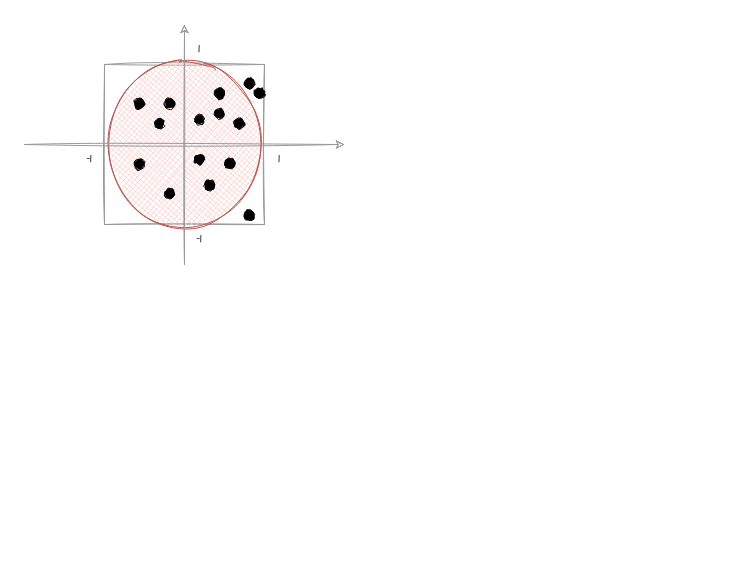
This is page "Monte-Carlo" (13 of 18) of assets/OS.drawio from braboj/tutorial-os, a draw.io file, before an edit. Source tidied: cells renumbered, new cells numbered last; positions are measured from the earlier drawing's top-left corner, leaving out a move shared by most shapes. Both pictures are drawn from the tidied source at 100%, with x=0, y=0 at pixel (24, 24).
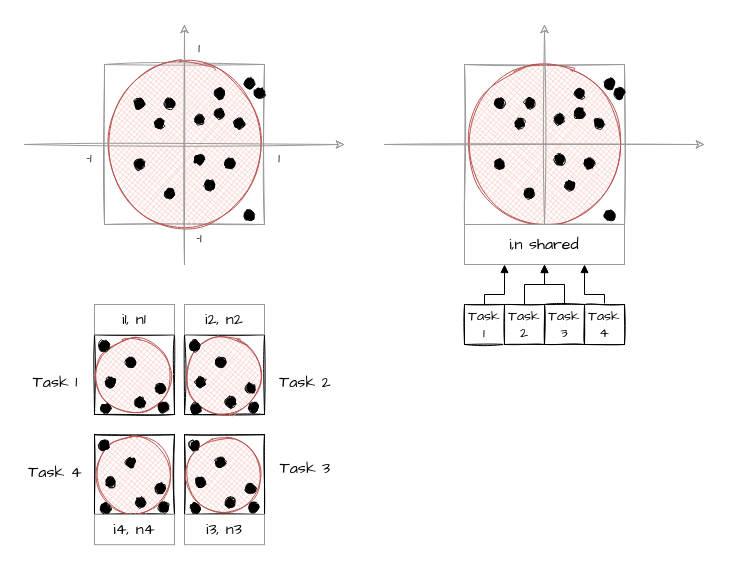
The same diagram, later.

Change to the diagram source:
```diff
@@
+    <mxCell id="25" style="rounded=0;whiteSpace=wrap;html=1;shadow=0;sketch=1;fillStyle=auto;fontFamily=Comic Sans MS;fontSize=14;strokeWidth=1;" parent="1" vertex="1">
+      <mxGeometry x="160" y="410.2" width="80" height="79.8" as="geometry" />
+    </mxCell>
+    <mxCell id="26" style="ellipse;whiteSpace=wrap;html=1;fillStyle=cross-hatch;fontFamily=Comic Sans MS;fontSize=16;strokeColor=#b85450;fillColor=#f8cecc;sketch=1;" parent="1" vertex="1">
+      <mxGeometry x="160" y="412" width="78" height="78" as="geometry" />
+    </mxCell>
+    <mxCell id="27" style="edgeStyle=elbowEdgeStyle;rounded=0;jettySize=auto;elbow=vertical;html=1;fontFamily=Comic Sans MS;fontSize=16;endArrow=block;endFill=1;strokeColor=#000000;strokeWidth=1;entryX=0.75;entryY=1;entryDx=0;entryDy=0;exitX=0.5;exitY=0;exitDx=0;exitDy=0;" parent="1" edge="1" source="28">
+      <mxGeometry relative="1" as="geometry">
+        <mxPoint x="560" y="240" as="targetPoint" />
+        <Array as="points">
+          <mxPoint x="600" y="270" />
+        </Array>
+      </mxGeometry>
+    </mxCell>
+    <mxCell id="28" value="Task 4" style="rounded=0;whiteSpace=wrap;html=1;shadow=0;sketch=1;fillStyle=auto;fontFamily=Comic Sans MS;fontSize=14;strokeWidth=1;" parent="1" vertex="1">
+      <mxGeometry x="560" y="280" width="40" height="40" as="geometry" />
+    </mxCell>
+    <mxCell id="29" style="edgeStyle=elbowEdgeStyle;rounded=0;jettySize=auto;elbow=vertical;html=1;entryX=0.5;entryY=1;entryDx=0;entryDy=0;fontFamily=Comic Sans MS;fontSize=16;endArrow=block;endFill=1;strokeColor=#000000;strokeWidth=1;exitX=0.5;exitY=0;exitDx=0;exitDy=0;" parent="1" edge="1" source="30">
+      <mxGeometry relative="1" as="geometry">
+        <mxPoint x="520" y="240" as="targetPoint" />
+        <Array as="points">
+          <mxPoint x="540" y="260" />
+        </Array>
+      </mxGeometry>
+    </mxCell>
+    <mxCell id="30" value="Task 3" style="rounded=0;whiteSpace=wrap;html=1;shadow=0;sketch=1;fillStyle=auto;fontFamily=Comic Sans MS;fontSize=14;strokeWidth=1;" parent="1" vertex="1">
+      <mxGeometry x="520" y="280" width="40" height="40" as="geometry" />
+    </mxCell>
+    <mxCell id="31" style="edgeStyle=elbowEdgeStyle;rounded=0;jettySize=auto;elbow=vertical;html=1;entryX=0.25;entryY=1;entryDx=0;entryDy=0;fontFamily=Comic Sans MS;fontSize=16;endArrow=block;endFill=1;strokeColor=#000000;strokeWidth=1;exitX=0.5;exitY=0;exitDx=0;exitDy=0;" parent="1" edge="1" source="32">
+      <mxGeometry relative="1" as="geometry">
+        <mxPoint x="480" y="240" as="targetPoint" />
+        <Array as="points">
+          <mxPoint x="440" y="270" />
+        </Array>
+      </mxGeometry>
+    </mxCell>
+    <mxCell id="32" value="Task 1" style="rounded=0;whiteSpace=wrap;html=1;shadow=0;sketch=1;fillStyle=auto;fontFamily=Comic Sans MS;fontSize=14;strokeWidth=1;" parent="1" vertex="1">
+      <mxGeometry x="440" y="280" width="40" height="40" as="geometry" />
+    </mxCell>
+    <mxCell id="33" style="rounded=0;whiteSpace=wrap;html=1;shadow=0;sketch=1;fillStyle=auto;fontFamily=Comic Sans MS;fontSize=14;fontColor=#000000;strokeColor=#999999;strokeWidth=1;fillColor=default;gradientColor=none;" parent="1" vertex="1">
+      <mxGeometry x="440" y="40" width="160" height="160" as="geometry" />
+    </mxCell>
@@
+    <mxCell id="34" style="ellipse;whiteSpace=wrap;html=1;shadow=0;sketch=1;fillStyle=cross-hatch;fontFamily=Comic Sans MS;fontSize=14;strokeColor=#b85450;strokeWidth=1;fillColor=#f8cecc;" parent="1" vertex="1">
+      <mxGeometry x="440" y="40" width="160" height="160" as="geometry" />
+    </mxCell>
+    <mxCell id="35" style="endArrow=classic;html=1;rounded=0;sketch=1;fontFamily=Comic Sans MS;fontSize=14;fontColor=#000000;strokeColor=#999999;" parent="1" edge="1">
+      <mxGeometry relative="1" as="geometry">
+        <mxPoint x="360" y="120" as="sourcePoint" />
+        <mxPoint x="680" y="120" as="targetPoint" />
+      </mxGeometry>
+    </mxCell>
+    <mxCell id="36" style="ellipse;whiteSpace=wrap;html=1;shadow=0;sketch=1;fillStyle=solid;fontFamily=Comic Sans MS;fontSize=14;fontColor=#000000;strokeColor=#000000;strokeWidth=1;fillColor=#000000;gradientColor=none;" parent="1" vertex="1">
+      <mxGeometry x="530" y="90" width="10" height="10" as="geometry" />
+    </mxCell>
+    <mxCell id="37" style="ellipse;whiteSpace=wrap;html=1;shadow=0;sketch=1;fillStyle=solid;fontFamily=Comic Sans MS;fontSize=14;fontColor=#000000;strokeColor=#000000;strokeWidth=1;fillColor=#000000;gradientColor=none;" parent="1" vertex="1">
+      <mxGeometry x="530" y="130" width="10" height="10" as="geometry" />
+    </mxCell>
+    <mxCell id="38" style="ellipse;whiteSpace=wrap;html=1;shadow=0;sketch=1;fillStyle=solid;fontFamily=Comic Sans MS;fontSize=14;fontColor=#000000;strokeColor=#000000;strokeWidth=1;fillColor=#000000;gradientColor=none;" parent="1" vertex="1">
+      <mxGeometry x="550" y="84" width="10" height="10" as="geometry" />
+    </mxCell>
+    <mxCell id="39" style="ellipse;whiteSpace=wrap;html=1;shadow=0;sketch=1;fillStyle=solid;fontFamily=Comic Sans MS;fontSize=14;fontColor=#000000;strokeColor=#000000;strokeWidth=1;fillColor=#000000;gradientColor=none;" parent="1" vertex="1">
+      <mxGeometry x="580" y="54" width="10" height="10" as="geometry" />
+    </mxCell>
+    <mxCell id="40" style="ellipse;whiteSpace=wrap;html=1;shadow=0;sketch=1;fillStyle=solid;fontFamily=Comic Sans MS;fontSize=14;fontColor=#000000;strokeColor=#000000;strokeWidth=1;fillColor=#000000;gradientColor=none;" parent="1" vertex="1">
+      <mxGeometry x="590" y="64" width="10" height="10" as="geometry" />
+    </mxCell>
+    <mxCell id="41" style="ellipse;whiteSpace=wrap;html=1;shadow=0;sketch=1;fillStyle=solid;fontFamily=Comic Sans MS;fontSize=14;fontColor=#000000;strokeColor=#000000;strokeWidth=1;fillColor=#000000;gradientColor=none;" parent="1" vertex="1">
+      <mxGeometry x="500" y="74" width="10" height="10" as="geometry" />
+    </mxCell>
+    <mxCell id="42" style="ellipse;whiteSpace=wrap;html=1;shadow=0;sketch=1;fillStyle=solid;fontFamily=Comic Sans MS;fontSize=14;fontColor=#000000;strokeColor=#000000;strokeWidth=1;fillColor=#000000;gradientColor=none;" parent="1" vertex="1">
+      <mxGeometry x="490" y="94" width="10" height="10" as="geometry" />
+    </mxCell>
+    <mxCell id="43" style="ellipse;whiteSpace=wrap;html=1;shadow=0;sketch=1;fillStyle=solid;fontFamily=Comic Sans MS;fontSize=14;fontColor=#000000;strokeColor=#000000;strokeWidth=1;fillColor=#000000;gradientColor=none;" parent="1" vertex="1">
+      <mxGeometry x="470" y="135" width="10" height="10" as="geometry" />
+    </mxCell>
+    <mxCell id="44" style="ellipse;whiteSpace=wrap;html=1;shadow=0;sketch=1;fillStyle=solid;fontFamily=Comic Sans MS;fontSize=14;fontColor=#000000;strokeColor=#000000;strokeWidth=1;fillColor=#000000;gradientColor=none;" parent="1" vertex="1">
+      <mxGeometry x="540" y="156" width="10" height="10" as="geometry" />
+    </mxCell>
+    <mxCell id="45" style="ellipse;whiteSpace=wrap;html=1;shadow=0;sketch=1;fillStyle=solid;fontFamily=Comic Sans MS;fontSize=14;fontColor=#000000;strokeColor=#000000;strokeWidth=1;fillColor=#000000;gradientColor=none;" parent="1" vertex="1">
+      <mxGeometry x="580" y="186" width="10" height="10" as="geometry" />
+    </mxCell>
+    <mxCell id="46" style="ellipse;whiteSpace=wrap;html=1;shadow=0;sketch=1;fillStyle=solid;fontFamily=Comic Sans MS;fontSize=14;fontColor=#000000;strokeColor=#000000;strokeWidth=1;fillColor=#000000;gradientColor=none;" parent="1" vertex="1">
+      <mxGeometry x="500" y="164" width="10" height="10" as="geometry" />
+    </mxCell>
+    <mxCell id="47" style="ellipse;whiteSpace=wrap;html=1;shadow=0;sketch=1;fillStyle=solid;fontFamily=Comic Sans MS;fontSize=14;fontColor=#000000;strokeColor=#000000;strokeWidth=1;fillColor=#000000;gradientColor=none;" parent="1" vertex="1">
+      <mxGeometry x="550" y="64" width="10" height="10" as="geometry" />
+    </mxCell>
+    <mxCell id="48" style="ellipse;whiteSpace=wrap;html=1;shadow=0;sketch=1;fillStyle=solid;fontFamily=Comic Sans MS;fontSize=14;fontColor=#000000;strokeColor=#000000;strokeWidth=1;fillColor=#000000;gradientColor=none;" parent="1" vertex="1">
+      <mxGeometry x="560" y="134" width="10" height="10" as="geometry" />
+    </mxCell>
+    <mxCell id="49" style="ellipse;whiteSpace=wrap;html=1;shadow=0;sketch=1;fillStyle=solid;fontFamily=Comic Sans MS;fontSize=14;fontColor=#000000;strokeColor=#000000;strokeWidth=1;fillColor=#000000;gradientColor=none;" parent="1" vertex="1">
+      <mxGeometry x="570" y="94" width="10" height="10" as="geometry" />
+    </mxCell>
+    <mxCell id="50" style="ellipse;whiteSpace=wrap;html=1;shadow=0;sketch=1;fillStyle=solid;fontFamily=Comic Sans MS;fontSize=14;fontColor=#000000;strokeColor=#000000;strokeWidth=1;fillColor=#000000;gradientColor=none;" parent="1" vertex="1">
+      <mxGeometry x="470" y="74" width="10" height="10" as="geometry" />
+    </mxCell>
+    <mxCell id="51" style="edgeStyle=elbowEdgeStyle;rounded=0;jettySize=auto;elbow=vertical;html=1;fontFamily=Comic Sans MS;fontSize=16;endArrow=block;endFill=1;strokeColor=#000000;strokeWidth=1;exitX=0.5;exitY=0;exitDx=0;exitDy=0;" parent="1" edge="1" source="52">
+      <mxGeometry relative="1" as="geometry">
+        <mxPoint x="520" y="240" as="targetPoint" />
+        <Array as="points">
+          <mxPoint x="510" y="260" />
+          <mxPoint x="510" y="280" />
+        </Array>
+      </mxGeometry>
+    </mxCell>
+    <mxCell id="52" value="Task 2" style="rounded=0;whiteSpace=wrap;html=1;shadow=0;sketch=1;fillStyle=auto;fontFamily=Comic Sans MS;fontSize=14;strokeWidth=1;" parent="1" vertex="1">
+      <mxGeometry x="480" y="280" width="40" height="40" as="geometry" />
+    </mxCell>
+    <mxCell id="53" style="endArrow=classic;html=1;rounded=0;sketch=1;fontFamily=Comic Sans MS;fontSize=14;fontColor=#000000;strokeColor=#999999;" parent="1" edge="1">
+      <mxGeometry relative="1" as="geometry">
+        <mxPoint x="520" y="200" as="sourcePoint" />
+        <mxPoint x="520" as="targetPoint" />
+      </mxGeometry>
+    </mxCell>
+    <mxCell id="54" style="ellipse;whiteSpace=wrap;html=1;shadow=0;sketch=1;fillStyle=solid;fontFamily=Comic Sans MS;fontSize=14;fontColor=#000000;strokeColor=#000000;strokeWidth=1;fillColor=#000000;gradientColor=none;" parent="1" vertex="1">
+      <mxGeometry x="166" y="479" width="10" height="10" as="geometry" />
+    </mxCell>
+    <mxCell id="55" style="ellipse;whiteSpace=wrap;html=1;shadow=0;sketch=1;fillStyle=solid;fontFamily=Comic Sans MS;fontSize=14;fontColor=#000000;strokeColor=#000000;strokeWidth=1;fillColor=#000000;gradientColor=none;" parent="1" vertex="1">
+      <mxGeometry x="171" y="453" width="10" height="10" as="geometry" />
+    </mxCell>
+    <mxCell id="56" style="ellipse;whiteSpace=wrap;html=1;shadow=0;sketch=1;fillStyle=solid;fontFamily=Comic Sans MS;fontSize=14;fontColor=#000000;strokeColor=#000000;strokeWidth=1;fillColor=#000000;gradientColor=none;" parent="1" vertex="1">
+      <mxGeometry x="221" y="459" width="10" height="10" as="geometry" />
+    </mxCell>
+    <mxCell id="57" style="ellipse;whiteSpace=wrap;html=1;shadow=0;sketch=1;fillStyle=solid;fontFamily=Comic Sans MS;fontSize=14;fontColor=#000000;strokeColor=#000000;strokeWidth=1;fillColor=#000000;gradientColor=none;" parent="1" vertex="1">
+      <mxGeometry x="224" y="478" width="10" height="10" as="geometry" />
+    </mxCell>
+    <mxCell id="58" style="ellipse;whiteSpace=wrap;html=1;shadow=0;sketch=1;fillStyle=solid;fontFamily=Comic Sans MS;fontSize=14;fontColor=#000000;strokeColor=#000000;strokeWidth=1;fillColor=#000000;gradientColor=none;" parent="1" vertex="1">
+      <mxGeometry x="191" y="433" width="10" height="10" as="geometry" />
+    </mxCell>
+    <mxCell id="59" style="ellipse;whiteSpace=wrap;html=1;shadow=0;sketch=1;fillStyle=solid;fontFamily=Comic Sans MS;fontSize=14;fontColor=#000000;strokeColor=#000000;strokeWidth=1;fillColor=#000000;gradientColor=none;" parent="1" vertex="1">
+      <mxGeometry x="201" y="473" width="10" height="10" as="geometry" />
+    </mxCell>
+    <mxCell id="60" style="ellipse;whiteSpace=wrap;html=1;shadow=0;sketch=1;fillStyle=solid;fontFamily=Comic Sans MS;fontSize=14;fontColor=#000000;strokeColor=#000000;strokeWidth=1;fillColor=#000000;gradientColor=none;" parent="1" vertex="1">
+      <mxGeometry x="165" y="416" width="10" height="10" as="geometry" />
+    </mxCell>
+    <mxCell id="61" value="i,n shared" style="rounded=0;whiteSpace=wrap;html=1;fillStyle=solid;fontFamily=Comic Sans MS;fontSize=16;strokeColor=#999999;" parent="1" vertex="1">
+      <mxGeometry x="440" y="200" width="160" height="40" as="geometry" />
+    </mxCell>
+    <mxCell id="62" value="Task 3" style="text;html=1;strokeColor=none;fillColor=none;align=center;verticalAlign=middle;whiteSpace=wrap;rounded=0;fillStyle=solid;fontFamily=Comic Sans MS;fontSize=16;" parent="1" vertex="1">
+      <mxGeometry x="251" y="429" width="60" height="30" as="geometry" />
+    </mxCell>
+    <mxCell id="63" style="rounded=0;whiteSpace=wrap;html=1;shadow=0;sketch=1;fillStyle=auto;fontFamily=Comic Sans MS;fontSize=14;strokeWidth=1;" parent="1" vertex="1">
+      <mxGeometry x="160" y="310.2" width="80" height="79.8" as="geometry" />
+    </mxCell>
+    <mxCell id="64" style="ellipse;whiteSpace=wrap;html=1;fillStyle=cross-hatch;fontFamily=Comic Sans MS;fontSize=16;strokeColor=#b85450;fillColor=#f8cecc;sketch=1;" parent="1" vertex="1">
+      <mxGeometry x="160" y="312" width="78" height="78" as="geometry" />
+    </mxCell>
+    <mxCell id="65" style="ellipse;whiteSpace=wrap;html=1;shadow=0;sketch=1;fillStyle=solid;fontFamily=Comic Sans MS;fontSize=14;fontColor=#000000;strokeColor=#000000;strokeWidth=1;fillColor=#000000;gradientColor=none;" parent="1" vertex="1">
+      <mxGeometry x="166" y="379" width="10" height="10" as="geometry" />
+    </mxCell>
+    <mxCell id="66" style="ellipse;whiteSpace=wrap;html=1;shadow=0;sketch=1;fillStyle=solid;fontFamily=Comic Sans MS;fontSize=14;fontColor=#000000;strokeColor=#000000;strokeWidth=1;fillColor=#000000;gradientColor=none;" parent="1" vertex="1">
+      <mxGeometry x="171" y="353" width="10" height="10" as="geometry" />
+    </mxCell>
+    <mxCell id="67" style="ellipse;whiteSpace=wrap;html=1;shadow=0;sketch=1;fillStyle=solid;fontFamily=Comic Sans MS;fontSize=14;fontColor=#000000;strokeColor=#000000;strokeWidth=1;fillColor=#000000;gradientColor=none;" parent="1" vertex="1">
+      <mxGeometry x="221" y="359" width="10" height="10" as="geometry" />
+    </mxCell>
+    <mxCell id="68" style="ellipse;whiteSpace=wrap;html=1;shadow=0;sketch=1;fillStyle=solid;fontFamily=Comic Sans MS;fontSize=14;fontColor=#000000;strokeColor=#000000;strokeWidth=1;fillColor=#000000;gradientColor=none;" parent="1" vertex="1">
+      <mxGeometry x="224" y="378" width="10" height="10" as="geometry" />
+    </mxCell>
+    <mxCell id="69" style="ellipse;whiteSpace=wrap;html=1;shadow=0;sketch=1;fillStyle=solid;fontFamily=Comic Sans MS;fontSize=14;fontColor=#000000;strokeColor=#000000;strokeWidth=1;fillColor=#000000;gradientColor=none;" parent="1" vertex="1">
+      <mxGeometry x="191" y="333" width="10" height="10" as="geometry" />
+    </mxCell>
+    <mxCell id="70" style="ellipse;whiteSpace=wrap;html=1;shadow=0;sketch=1;fillStyle=solid;fontFamily=Comic Sans MS;fontSize=14;fontColor=#000000;strokeColor=#000000;strokeWidth=1;fillColor=#000000;gradientColor=none;" parent="1" vertex="1">
+      <mxGeometry x="201" y="373" width="10" height="10" as="geometry" />
+    </mxCell>
+    <mxCell id="71" style="ellipse;whiteSpace=wrap;html=1;shadow=0;sketch=1;fillStyle=solid;fontFamily=Comic Sans MS;fontSize=14;fontColor=#000000;strokeColor=#000000;strokeWidth=1;fillColor=#000000;gradientColor=none;" parent="1" vertex="1">
+      <mxGeometry x="165" y="316" width="10" height="10" as="geometry" />
+    </mxCell>
+    <mxCell id="72" style="rounded=0;whiteSpace=wrap;html=1;shadow=0;sketch=1;fillStyle=auto;fontFamily=Comic Sans MS;fontSize=14;strokeWidth=1;" parent="1" vertex="1">
+      <mxGeometry x="70" y="310.2" width="80" height="79.8" as="geometry" />
+    </mxCell>
+    <mxCell id="73" style="ellipse;whiteSpace=wrap;html=1;fillStyle=cross-hatch;fontFamily=Comic Sans MS;fontSize=16;strokeColor=#b85450;fillColor=#f8cecc;sketch=1;" parent="1" vertex="1">
+      <mxGeometry x="70" y="312" width="78" height="78" as="geometry" />
+    </mxCell>
+    <mxCell id="74" style="ellipse;whiteSpace=wrap;html=1;shadow=0;sketch=1;fillStyle=solid;fontFamily=Comic Sans MS;fontSize=14;fontColor=#000000;strokeColor=#000000;strokeWidth=1;fillColor=#000000;gradientColor=none;" parent="1" vertex="1">
+      <mxGeometry x="76" y="379" width="10" height="10" as="geometry" />
+    </mxCell>
+    <mxCell id="75" style="ellipse;whiteSpace=wrap;html=1;shadow=0;sketch=1;fillStyle=solid;fontFamily=Comic Sans MS;fontSize=14;fontColor=#000000;strokeColor=#000000;strokeWidth=1;fillColor=#000000;gradientColor=none;" parent="1" vertex="1">
+      <mxGeometry x="81" y="353" width="10" height="10" as="geometry" />
+    </mxCell>
+    <mxCell id="76" style="ellipse;whiteSpace=wrap;html=1;shadow=0;sketch=1;fillStyle=solid;fontFamily=Comic Sans MS;fontSize=14;fontColor=#000000;strokeColor=#000000;strokeWidth=1;fillColor=#000000;gradientColor=none;" parent="1" vertex="1">
+      <mxGeometry x="131" y="359" width="10" height="10" as="geometry" />
+    </mxCell>
+    <mxCell id="77" style="ellipse;whiteSpace=wrap;html=1;shadow=0;sketch=1;fillStyle=solid;fontFamily=Comic Sans MS;fontSize=14;fontColor=#000000;strokeColor=#000000;strokeWidth=1;fillColor=#000000;gradientColor=none;" parent="1" vertex="1">
+      <mxGeometry x="134" y="378" width="10" height="10" as="geometry" />
+    </mxCell>
+    <mxCell id="78" style="ellipse;whiteSpace=wrap;html=1;shadow=0;sketch=1;fillStyle=solid;fontFamily=Comic Sans MS;fontSize=14;fontColor=#000000;strokeColor=#000000;strokeWidth=1;fillColor=#000000;gradientColor=none;" parent="1" vertex="1">
+      <mxGeometry x="101" y="333" width="10" height="10" as="geometry" />
+    </mxCell>
+    <mxCell id="79" style="ellipse;whiteSpace=wrap;html=1;shadow=0;sketch=1;fillStyle=solid;fontFamily=Comic Sans MS;fontSize=14;fontColor=#000000;strokeColor=#000000;strokeWidth=1;fillColor=#000000;gradientColor=none;" parent="1" vertex="1">
+      <mxGeometry x="111" y="373" width="10" height="10" as="geometry" />
+    </mxCell>
+    <mxCell id="80" style="ellipse;whiteSpace=wrap;html=1;shadow=0;sketch=1;fillStyle=solid;fontFamily=Comic Sans MS;fontSize=14;fontColor=#000000;strokeColor=#000000;strokeWidth=1;fillColor=#000000;gradientColor=none;" parent="1" vertex="1">
+      <mxGeometry x="75" y="316" width="10" height="10" as="geometry" />
+    </mxCell>
+    <mxCell id="81" style="rounded=0;whiteSpace=wrap;html=1;shadow=0;sketch=1;fillStyle=auto;fontFamily=Comic Sans MS;fontSize=14;strokeWidth=1;" parent="1" vertex="1">
+      <mxGeometry x="70" y="410.2" width="80" height="79.8" as="geometry" />
+    </mxCell>
+    <mxCell id="82" style="ellipse;whiteSpace=wrap;html=1;fillStyle=cross-hatch;fontFamily=Comic Sans MS;fontSize=16;strokeColor=#b85450;fillColor=#f8cecc;sketch=1;" parent="1" vertex="1">
+      <mxGeometry x="70" y="412" width="78" height="78" as="geometry" />
+    </mxCell>
+    <mxCell id="83" style="ellipse;whiteSpace=wrap;html=1;shadow=0;sketch=1;fillStyle=solid;fontFamily=Comic Sans MS;fontSize=14;fontColor=#000000;strokeColor=#000000;strokeWidth=1;fillColor=#000000;gradientColor=none;" parent="1" vertex="1">
+      <mxGeometry x="76" y="479" width="10" height="10" as="geometry" />
+    </mxCell>
+    <mxCell id="84" style="ellipse;whiteSpace=wrap;html=1;shadow=0;sketch=1;fillStyle=solid;fontFamily=Comic Sans MS;fontSize=14;fontColor=#000000;strokeColor=#000000;strokeWidth=1;fillColor=#000000;gradientColor=none;" parent="1" vertex="1">
+      <mxGeometry x="81" y="453" width="10" height="10" as="geometry" />
+    </mxCell>
+    <mxCell id="85" style="ellipse;whiteSpace=wrap;html=1;shadow=0;sketch=1;fillStyle=solid;fontFamily=Comic Sans MS;fontSize=14;fontColor=#000000;strokeColor=#000000;strokeWidth=1;fillColor=#000000;gradientColor=none;" parent="1" vertex="1">
+      <mxGeometry x="131" y="459" width="10" height="10" as="geometry" />
+    </mxCell>
+    <mxCell id="86" style="ellipse;whiteSpace=wrap;html=1;shadow=0;sketch=1;fillStyle=solid;fontFamily=Comic Sans MS;fontSize=14;fontColor=#000000;strokeColor=#000000;strokeWidth=1;fillColor=#000000;gradientColor=none;" parent="1" vertex="1">
+      <mxGeometry x="134" y="478" width="10" height="10" as="geometry" />
+    </mxCell>
+    <mxCell id="87" style="ellipse;whiteSpace=wrap;html=1;shadow=0;sketch=1;fillStyle=solid;fontFamily=Comic Sans MS;fontSize=14;fontColor=#000000;strokeColor=#000000;strokeWidth=1;fillColor=#000000;gradientColor=none;" parent="1" vertex="1">
+      <mxGeometry x="101" y="433" width="10" height="10" as="geometry" />
+    </mxCell>
+    <mxCell id="88" style="ellipse;whiteSpace=wrap;html=1;shadow=0;sketch=1;fillStyle=solid;fontFamily=Comic Sans MS;fontSize=14;fontColor=#000000;strokeColor=#000000;strokeWidth=1;fillColor=#000000;gradientColor=none;" parent="1" vertex="1">
+      <mxGeometry x="111" y="473" width="10" height="10" as="geometry" />
+    </mxCell>
+    <mxCell id="89" style="ellipse;whiteSpace=wrap;html=1;shadow=0;sketch=1;fillStyle=solid;fontFamily=Comic Sans MS;fontSize=14;fontColor=#000000;strokeColor=#000000;strokeWidth=1;fillColor=#000000;gradientColor=none;" parent="1" vertex="1">
+      <mxGeometry x="75" y="416" width="10" height="10" as="geometry" />
+    </mxCell>
+    <mxCell id="90" value="Task 2" style="text;html=1;strokeColor=none;fillColor=none;align=center;verticalAlign=middle;whiteSpace=wrap;rounded=0;fillStyle=solid;fontFamily=Comic Sans MS;fontSize=16;" parent="1" vertex="1">
+      <mxGeometry x="251" y="343" width="60" height="30" as="geometry" />
+    </mxCell>
+    <mxCell id="91" value="Task 1" style="text;html=1;strokeColor=none;fillColor=none;align=center;verticalAlign=middle;whiteSpace=wrap;rounded=0;fillStyle=solid;fontFamily=Comic Sans MS;fontSize=16;" parent="1" vertex="1">
+      <mxGeometry x="1" y="343" width="60" height="30" as="geometry" />
+    </mxCell>
+    <mxCell id="92" value="Task 4" style="text;html=1;strokeColor=none;fillColor=none;align=center;verticalAlign=middle;whiteSpace=wrap;rounded=0;fillStyle=solid;fontFamily=Comic Sans MS;fontSize=16;" parent="1" vertex="1">
+      <mxGeometry x="1" y="433" width="60" height="30" as="geometry" />
+    </mxCell>
+    <mxCell id="93" value="i1, n1" style="rounded=0;whiteSpace=wrap;html=1;fillStyle=solid;fontFamily=Comic Sans MS;fontSize=16;strokeColor=#999999;" parent="1" vertex="1">
+      <mxGeometry x="70" y="280" width="80" height="30.2" as="geometry" />
+    </mxCell>
+    <mxCell id="94" value="i2, n2" style="rounded=0;whiteSpace=wrap;html=1;fillStyle=solid;fontFamily=Comic Sans MS;fontSize=16;strokeColor=#999999;" parent="1" vertex="1">
+      <mxGeometry x="160" y="280" width="80" height="30.2" as="geometry" />
+    </mxCell>
+    <mxCell id="95" value="i3, n3" style="rounded=0;whiteSpace=wrap;html=1;fillStyle=solid;fontFamily=Comic Sans MS;fontSize=16;strokeColor=#999999;" parent="1" vertex="1">
+      <mxGeometry x="160" y="490" width="80" height="30.2" as="geometry" />
+    </mxCell>
+    <mxCell id="96" value="i4, n4" style="rounded=0;whiteSpace=wrap;html=1;fillStyle=solid;fontFamily=Comic Sans MS;fontSize=16;strokeColor=#999999;" parent="1" vertex="1">
+      <mxGeometry x="70" y="490" width="80" height="30.2" as="geometry" />
+    </mxCell>
```
